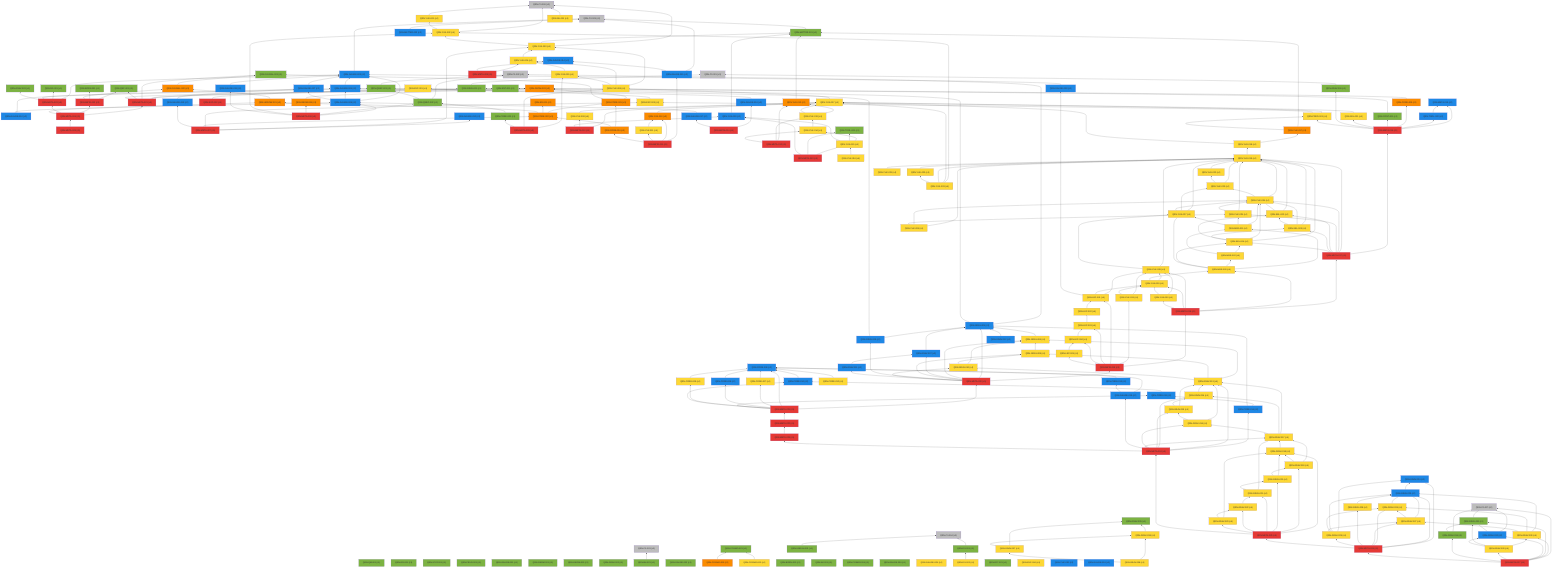
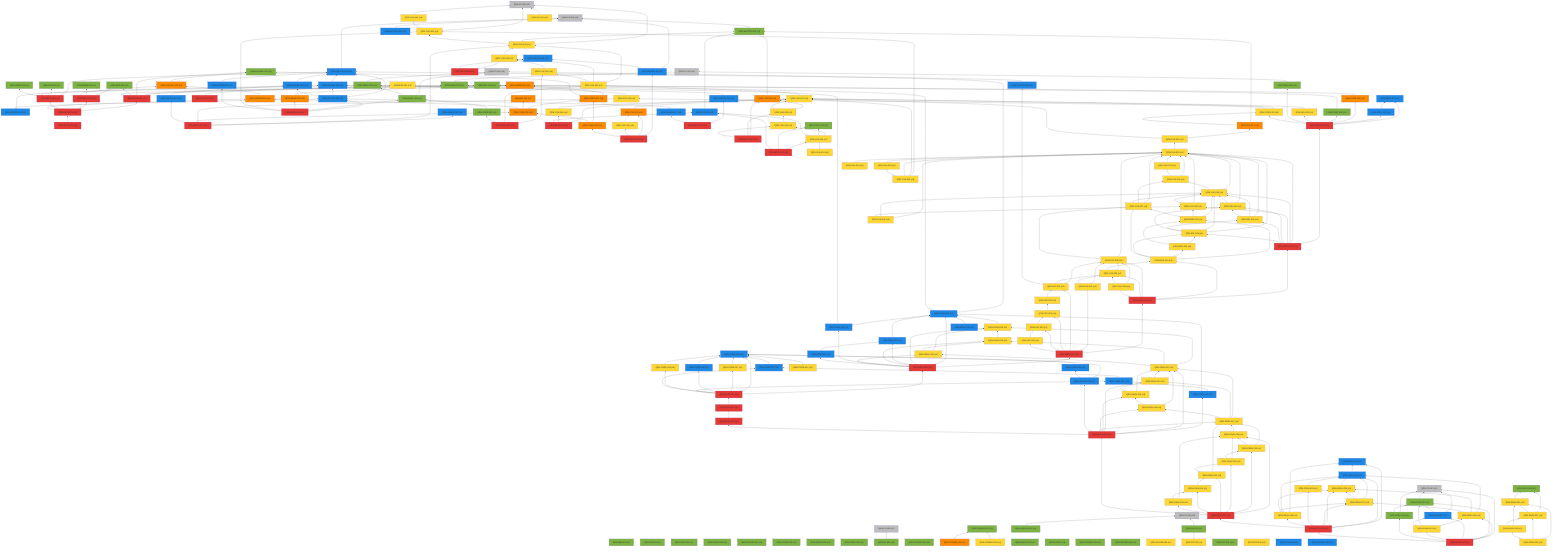
%% 自動生成 (dag/report.pl) — QRN 主張依存グラフ
graph BT
  QRN_C0_001["QRN-C0-001 (c0)"]:::c0
  QRN_C0_002["QRN-C0-002 (c0)"]:::c0
  QRN_C0_003["QRN-C0-003 (c0)"]:::c0
  QRN_C0_004["QRN-C0-004 (c0)"]:::c0
  QRN_C0_005["QRN-C0-005 (c0)"]:::c0
  QRN_C0_006["QRN-C0-006 (c0)"]:::c0
  QRN_QM_001["QRN-QM-001 (c1)"]:::c1
  QRN_GR_001["QRN-GR-001 (c1)"]:::c1
  QRN_STAT_001["QRN-STAT-001 (c1)"]:::c1
  QRN_FIELD_001["QRN-FIELD-001 (c1)"]:::c1
  QRN_GAUGE_001["QRN-GAUGE-001 (c1)"]:::c1
  QRN_ENT_001["QRN-ENT-001 (c1)"]:::c1
  QRN_GEOM_001["QRN-GEOM-001 (c1)"]:::c1
  QRN_GEOM_002["QRN-GEOM-002 (c1)"]:::c1
  QRN_GEOM_003["QRN-GEOM-003 (c3)"]:::c3
  QRN_GRAV_001["QRN-GRAV-001 (c1)"]:::c1
  QRN_GRAV_002["QRN-GRAV-002 (c1)"]:::c1
  QRN_BH_001["QRN-BH-001 (c1)"]:::c1
  QRN_CAUSAL_001["QRN-CAUSAL-001 (c1)"]:::c1
  QRN_CAUSAL_002["QRN-CAUSAL-002 (c3)"]:::c3
  QRN_ER_001["QRN-ER-001 (c3)"]:::c3
  QRN_QEC_001["QRN-QEC-001 (c1)"]:::c1
  QRN_GAUGE_002["QRN-GAUGE-002 (c1)"]:::c1
  QRN_COSMO_001["QRN-COSMO-001 (c1)"]:::c1
  QRN_COSMO_002["QRN-COSMO-002 (c4)"]:::c4
  QRN_COSMO_003["QRN-COSMO-003 (c3)"]:::c3
  QRN_BORN_001["QRN-BORN-001 (c1)"]:::c1
  QRN_BORN_002["QRN-BORN-002 (c1)"]:::c1
  QRN_GRAV_003["QRN-GRAV-003 (c1)"]:::c1
  QRN_KK_001["QRN-KK-001 (c1)"]:::c1
  QRN_MATTER_001["QRN-MATTER-001 (c1)"]:::c1
  QRN_MATTER_002["QRN-MATTER-002 (c2)"]:::c2
  QRN_COSMO_004["QRN-COSMO-004 (c1)"]:::c1
  QRN_EXP_001["QRN-EXP-001 (c4)"]:::c4
  QRN_GAUGE_003["QRN-GAUGE-003 (c2)"]:::c2
  QRN_GAUGE_004["QRN-GAUGE-004 (c1)"]:::c1
  QRN_GAUGE_005["QRN-GAUGE-005 (c4)"]:::c4
  QRN_YUK_001["QRN-YUK-001 (c4)"]:::c4
  QRN_RG_001["QRN-RG-001 (c1)"]:::c1
  QRN_UNRUH_001["QRN-UNRUH-001 (c1)"]:::c1
  QRN_QNEC_001["QRN-QNEC-001 (c1)"]:::c1
  QRN_NU_001["QRN-NU-001 (c4)"]:::c4
  QRN_GAUGE_006["QRN-GAUGE-006 (c2)"]:::c2
  QRN_DS_001["QRN-DS-001 (c1)"]:::c1
  QRN_DS_002["QRN-DS-002 (c4)"]:::c4
  QRN_ARROW_001["QRN-ARROW-001 (c3)"]:::c3
  QRN_GAUGE_007["QRN-GAUGE-007 (c2)"]:::c2
  QRN_EFT_001["QRN-EFT-001 (c1)"]:::c1
  QRN_GAUGE_008["QRN-GAUGE-008 (c2)"]:::c2
  QRN_GAUGE_009["QRN-GAUGE-009 (c2)"]:::c2
  QRN_GAUGE_010["QRN-GAUGE-010 (c2)"]:::c2
  QRN_QNEC_002["QRN-QNEC-002 (c1)"]:::c1
  QRN_GEOM_004["QRN-GEOM-004 (c3)"]:::c3
  QRN_YUK_002["QRN-YUK-002 (c4)"]:::c4
  QRN_EXP_002["QRN-EXP-002 (c5)"]:::c5
  QRN_CORE_001["QRN-CORE-001 (c3)"]:::c3
  QRN_GAUGE_011["QRN-GAUGE-011 (c2)"]:::c2
  QRN_GAUGE_012["QRN-GAUGE-012 (c2)"]:::c2
  QRN_YUK_003["QRN-YUK-003 (c4)"]:::c4
  QRN_EXP_003["QRN-EXP-003 (c4)"]:::c4
  QRN_CORE_002["QRN-CORE-002 (c3)"]:::c3
  QRN_GAUGE_013["QRN-GAUGE-013 (c2)"]:::c2
  QRN_YUK_004["QRN-YUK-004 (c4)"]:::c4
  QRN_GAUGE_014["QRN-GAUGE-014 (c2)"]:::c2
  QRN_META_001["QRN-META-001 (c5)"]:::c5
  QRN_META_002["QRN-META-002 (c5)"]:::c5
  QRN_META_003["QRN-META-003 (c5)"]:::c5
  QRN_META_004["QRN-META-004 (c5)"]:::c5
  QRN_META_005["QRN-META-005 (c5)"]:::c5
  QRN_META_006["QRN-META-006 (c5)"]:::c5
  QRN_META_007["QRN-META-007 (c5)"]:::c5
  QRN_META_008["QRN-META-008 (c5)"]:::c5
  QRN_YUK_005["QRN-YUK-005 (c4)"]:::c4
  QRN_YUK_006["QRN-YUK-006 (c4)"]:::c4
  QRN_CORE_003["QRN-CORE-003 (c1)"]:::c1
  QRN_META_009["QRN-META-009 (c5)"]:::c5
  QRN_YUK_007["QRN-YUK-007 (c4)"]:::c4
  QRN_YUK_008["QRN-YUK-008 (c4)"]:::c4
  QRN_YUK_009["QRN-YUK-009 (c2)"]:::c2
  QRN_META_010["QRN-META-010 (c5)"]:::c5
  QRN_GAUGE_015["QRN-GAUGE-015 (c2)"]:::c2
  QRN_YUK_010["QRN-YUK-010 (c3)"]:::c3
  QRN_YUK_011["QRN-YUK-011 (c4)"]:::c4
  QRN_CORE_004["QRN-CORE-004 (c3)"]:::c3
  QRN_META_011["QRN-META-011 (c5)"]:::c5
  QRN_YUK_012["QRN-YUK-012 (c3)"]:::c3
  QRN_YUK_013["QRN-YUK-013 (c4)"]:::c4
  QRN_YUK_014["QRN-YUK-014 (c4)"]:::c4
  QRN_META_012["QRN-META-012 (c5)"]:::c5
  QRN_TOOL_001["QRN-TOOL-001 (c1)"]:::c1
  QRN_YUK_015["QRN-YUK-015 (c4)"]:::c4
  QRN_META_013["QRN-META-013 (c5)"]:::c5
  QRN_GAUGE_016["QRN-GAUGE-016 (c2)"]:::c2
  QRN_GAUGE_017["QRN-GAUGE-017 (c2)"]:::c2
  QRN_META_014["QRN-META-014 (c5)"]:::c5
  QRN_META_015["QRN-META-015 (c2)"]:::c2
  QRN_TOOL_002["QRN-TOOL-002 (c2)"]:::c2
  QRN_CORE_005["QRN-CORE-005 (c3)"]:::c3
  QRN_CONT_001["QRN-CONT-001 (c1)"]:::c1
  QRN_SEL_001["QRN-SEL-001 (c4)"]:::c4
  QRN_GRAV_004["QRN-GRAV-004 (c1)"]:::c1
  QRN_PRED_001["QRN-PRED-001 (c4)"]:::c4
  QRN_META_016["QRN-META-016 (c5)"]:::c5
  QRN_YUK_016["QRN-YUK-016 (c4)"]:::c4
  QRN_YUK_017["QRN-YUK-017 (c3)"]:::c3
  QRN_YUK_018["QRN-YUK-018 (c4)"]:::c4
  QRN_YUK_019["QRN-YUK-019 (c4)"]:::c4
  QRN_YUK_020["QRN-YUK-020 (c4)"]:::c4
  QRN_YUK_021["QRN-YUK-021 (c4)"]:::c4
  QRN_YUK_022["QRN-YUK-022 (c4)"]:::c4
  QRN_YUK_023["QRN-YUK-023 (c4)"]:::c4
  QRN_YUK_024["QRN-YUK-024 (c4)"]:::c4
  QRN_YUK_025["QRN-YUK-025 (c4)"]:::c4
  QRN_SEL_002["QRN-SEL-002 (c4)"]:::c4
  QRN_SEL_003["QRN-SEL-003 (c4)"]:::c4
  QRN_SEL_004["QRN-SEL-004 (c4)"]:::c4
  QRN_META_017["QRN-META-017 (c5)"]:::c5
  QRN_YUK_026["QRN-YUK-026 (c4)"]:::c4
  QRN_YUK_027["QRN-YUK-027 (c4)"]:::c4
  QRN_MSR_001["QRN-MSR-001 (c4)"]:::c4
  QRN_MSR_002["QRN-MSR-002 (c4)"]:::c4
  QRN_MSR_003["QRN-MSR-003 (c4)"]:::c4
  QRN_YUK_028["QRN-YUK-028 (c4)"]:::c4
  QRN_YUK_029["QRN-YUK-029 (c4)"]:::c4
  QRN_YUK_030["QRN-YUK-030 (c4)"]:::c4
  QRN_META_018["QRN-META-018 (c5)"]:::c5
  QRN_YUK_031["QRN-YUK-031 (c4)"]:::c4
  QRN_LEP_001["QRN-LEP-001 (c4)"]:::c4
  QRN_LEP_002["QRN-LEP-002 (c4)"]:::c4
  QRN_LEP_003["QRN-LEP-003 (c4)"]:::c4
  QRN_LEP_004["QRN-LEP-004 (c4)"]:::c4
  QRN_LEP_005["QRN-LEP-005 (c4)"]:::c4
  QRN_META_019["QRN-META-019 (c5)"]:::c5
  QRN_GRAV_005["QRN-GRAV-005 (c2)"]:::c2
  QRN_GRAV_006["QRN-GRAV-006 (c4)"]:::c4
  QRN_GRAV_007["QRN-GRAV-007 (c2)"]:::c2
  QRN_GRAV_008["QRN-GRAV-008 (c4)"]:::c4
  QRN_GRAV_009["QRN-GRAV-009 (c2)"]:::c2
  QRN_GRAV_010["QRN-GRAV-010 (c4)"]:::c4
  QRN_GRAV_011["QRN-GRAV-011 (c2)"]:::c2
  QRN_META_020["QRN-META-020 (c5)"]:::c5
  QRN_CORE_006["QRN-CORE-006 (c2)"]:::c2
  QRN_CORE_007["QRN-CORE-007 (c4)"]:::c4
  QRN_CORE_008["QRN-CORE-008 (c2)"]:::c2
  QRN_CORE_009["QRN-CORE-009 (c4)"]:::c4
  QRN_CORE_010["QRN-CORE-010 (c2)"]:::c2
  QRN_CORE_011["QRN-CORE-011 (c2)"]:::c2
  QRN_META_021["QRN-META-021 (c5)"]:::c5
  QRN_CORE_012["QRN-CORE-012 (c4)"]:::c4
  QRN_EXP_004["QRN-EXP-004 (c4)"]:::c4
  QRN_CORE_013["QRN-CORE-013 (c2)"]:::c2
  QRN_GRAV_012["QRN-GRAV-012 (c2)"]:::c2
  QRN_YUK_032["QRN-YUK-032 (c2)"]:::c2
  QRN_GAUGE_018["QRN-GAUGE-018 (c2)"]:::c2
  QRN_META_022["QRN-META-022 (c5)"]:::c5
  QRN_META_023["QRN-META-023 (c5)"]:::c5
  QRN_CORE_014["QRN-CORE-014 (c2)"]:::c2
  QRN_GRAV_013["QRN-GRAV-013 (c4)"]:::c4
  QRN_GRAV_014["QRN-GRAV-014 (c4)"]:::c4
  QRN_GRAV_015["QRN-GRAV-015 (c4)"]:::c4
  QRN_GRAV_016["QRN-GRAV-016 (c4)"]:::c4
  QRN_GRAV_017["QRN-GRAV-017 (c4)"]:::c4
  QRN_GAUGE_019["QRN-GAUGE-019 (c2)"]:::c2
  QRN_META_024["QRN-META-024 (c5)"]:::c5
  QRN_GRAV_018["QRN-GRAV-018 (c4)"]:::c4
  QRN_GRAV_019["QRN-GRAV-019 (c4)"]:::c4
  QRN_GRAV_020["QRN-GRAV-020 (c4)"]:::c4
  QRN_GRAV_021["QRN-GRAV-021 (c4)"]:::c4
  QRN_GRAV_022["QRN-GRAV-022 (c4)"]:::c4
  QRN_GRAV_023["QRN-GRAV-023 (c4)"]:::c4
  QRN_META_025["QRN-META-025 (c5)"]:::c5
  QRN_GRAV_024["QRN-GRAV-024 (c2)"]:::c2
  QRN_GRAV_025["QRN-GRAV-025 (c2)"]:::c2
  QRN_GRAV_026["QRN-GRAV-026 (c4)"]:::c4
  QRN_GRAV_027["QRN-GRAV-027 (c4)"]:::c4
  QRN_GRAV_028["QRN-GRAV-028 (c4)"]:::c4
  QRN_GRAV_029["QRN-GRAV-029 (c4)"]:::c4
  QRN_META_026["QRN-META-026 (c5)"]:::c5
  QRN_GRAV_030["QRN-GRAV-030 (c4)"]:::c4
  QRN_C0_007["QRN-C0-007 (c0)"]:::c0
  QRN_GRAV_031["QRN-GRAV-031 (c1)"]:::c1
  QRN_GRAV_032["QRN-GRAV-032 (c2)"]:::c2
  QRN_GRAV_033["QRN-GRAV-033 (c4)"]:::c4
  QRN_GRAV_034["QRN-GRAV-034 (c1)"]:::c1
  QRN_META_027["QRN-META-027 (c5)"]:::c5
  QRN_YUK_033["QRN-YUK-033 (c4)"]:::c4
  QRN_GRAV_035["QRN-GRAV-035 (c1)"]:::c1
  QRN_GRAV_036["QRN-GRAV-036 (c4)"]:::c4
  QRN_GRAV_037["QRN-GRAV-037 (c4)"]:::c4
  QRN_GRAV_038["QRN-GRAV-038 (c4)"]:::c4
+   QRN_GRAV_039["QRN-GRAV-039 (c4)"]:::c4
  QRN_GRAV_001 --> QRN_C0_001
  QRN_BH_001 --> QRN_C0_003
  QRN_CAUSAL_002 --> QRN_CAUSAL_001
  QRN_COSMO_002 --> QRN_COSMO_001
  QRN_COSMO_003 --> QRN_COSMO_001
  QRN_MATTER_001 --> QRN_C0_005
  QRN_MATTER_002 --> QRN_C0_005
  QRN_GAUGE_003 --> QRN_C0_005
  QRN_YUK_001 --> QRN_C0_006
  QRN_UNRUH_001 --> QRN_C0_004
  QRN_QNEC_001 --> QRN_C0_002
  QRN_NU_001 --> QRN_C0_006
  QRN_GAUGE_006 --> QRN_GAUGE_003
  QRN_DS_001 --> QRN_C0_004
  QRN_DS_002 --> QRN_DS_001
  QRN_ARROW_001 --> QRN_CAUSAL_002
  QRN_GAUGE_007 --> QRN_GAUGE_003
  QRN_GAUGE_008 --> QRN_GAUGE_003
  QRN_GAUGE_008 --> QRN_GAUGE_006
  QRN_GAUGE_008 --> QRN_GAUGE_007
  QRN_GAUGE_009 --> QRN_GAUGE_003
  QRN_GAUGE_010 --> QRN_GAUGE_006
  QRN_GAUGE_010 --> QRN_GAUGE_008
  QRN_QNEC_002 --> QRN_C0_002
  QRN_QNEC_002 --> QRN_QNEC_001
  QRN_GEOM_004 --> QRN_GEOM_003
  QRN_YUK_002 --> QRN_C0_006
  QRN_YUK_002 --> QRN_YUK_001
  QRN_EXP_002 --> QRN_EXP_001
  QRN_CORE_001 --> QRN_GEOM_003
  QRN_CORE_001 --> QRN_CAUSAL_001
  QRN_GAUGE_011 --> QRN_GAUGE_003
  QRN_YUK_003 --> QRN_C0_006
  QRN_YUK_003 --> QRN_MATTER_001
  QRN_YUK_003 --> QRN_YUK_002
  QRN_EXP_003 --> QRN_EXP_001
  QRN_CORE_002 --> QRN_CORE_001
  QRN_CORE_002 --> QRN_ER_001
  QRN_CORE_002 --> QRN_ARROW_001
  QRN_GAUGE_013 --> QRN_GAUGE_007
  QRN_YUK_004 --> QRN_YUK_003
  QRN_META_001 --> QRN_GEOM_003
  QRN_META_001 --> QRN_GRAV_001
  QRN_META_001 --> QRN_CAUSAL_001
  QRN_META_001 --> QRN_QEC_001
  QRN_META_001 --> QRN_ENT_001
  QRN_META_002 --> QRN_QEC_001
  QRN_META_002 --> QRN_BORN_001
  QRN_META_002 --> QRN_CAUSAL_002
  QRN_META_003 --> QRN_GAUGE_003
  QRN_META_003 --> QRN_RG_001
  QRN_META_003 --> QRN_QNEC_001
  QRN_META_003 --> QRN_GRAV_003
  QRN_META_004 --> QRN_META_001
  QRN_META_004 --> QRN_META_002
  QRN_META_004 --> QRN_META_003
  QRN_META_004 --> QRN_ARROW_001
  QRN_META_005 --> QRN_META_004
  QRN_META_006 --> QRN_GAUGE_008
  QRN_META_006 --> QRN_QNEC_002
  QRN_META_006 --> QRN_GEOM_004
  QRN_META_006 --> QRN_YUK_002
  QRN_META_006 --> QRN_GAUGE_011
  QRN_META_007 --> QRN_GAUGE_012
  QRN_META_007 --> QRN_YUK_003
  QRN_META_007 --> QRN_EXP_003
  QRN_META_007 --> QRN_CORE_002
  QRN_META_007 --> QRN_GAUGE_013
  QRN_META_008 --> QRN_YUK_004
  QRN_META_008 --> QRN_GAUGE_014
  QRN_YUK_005 --> QRN_YUK_004
  QRN_YUK_006 --> QRN_YUK_003
  QRN_YUK_006 --> QRN_YUK_004
  QRN_YUK_006 --> QRN_YUK_005
  QRN_CORE_003 --> QRN_QNEC_002
  QRN_META_009 --> QRN_YUK_005
  QRN_META_009 --> QRN_YUK_006
  QRN_META_009 --> QRN_CORE_003
  QRN_YUK_007 --> QRN_YUK_006
  QRN_YUK_008 --> QRN_YUK_007
  QRN_YUK_009 --> QRN_MATTER_001
  QRN_META_010 --> QRN_YUK_007
  QRN_META_010 --> QRN_YUK_008
  QRN_META_010 --> QRN_YUK_009
  QRN_GAUGE_015 --> QRN_C0_005
  QRN_GAUGE_015 --> QRN_GAUGE_014
  QRN_YUK_010 --> QRN_YUK_007
  QRN_YUK_011 --> QRN_YUK_010
  QRN_CORE_004 --> QRN_CORE_001
  QRN_CORE_004 --> QRN_CORE_002
  QRN_META_011 --> QRN_GAUGE_015
  QRN_META_011 --> QRN_YUK_010
  QRN_META_011 --> QRN_YUK_011
  QRN_META_011 --> QRN_CORE_004
  QRN_YUK_012 --> QRN_MATTER_001
  QRN_YUK_013 --> QRN_YUK_012
  QRN_YUK_013 --> QRN_YUK_007
  QRN_YUK_014 --> QRN_YUK_013
  QRN_META_012 --> QRN_YUK_012
  QRN_META_012 --> QRN_YUK_013
  QRN_META_012 --> QRN_YUK_014
  QRN_YUK_015 --> QRN_YUK_014
  QRN_YUK_015 --> QRN_TOOL_001
  QRN_YUK_015 --> QRN_YUK_009
  QRN_META_013 --> QRN_YUK_015
  QRN_META_013 --> QRN_TOOL_001
  QRN_META_013 --> QRN_YUK_009
  QRN_GAUGE_016 --> QRN_GAUGE_006
  QRN_GAUGE_017 --> QRN_GAUGE_008
  QRN_META_014 --> QRN_GAUGE_016
  QRN_META_014 --> QRN_GAUGE_017
  QRN_TOOL_002 --> QRN_META_015
  QRN_CORE_005 --> QRN_GEOM_003
  QRN_CONT_001 --> QRN_ENT_001
  QRN_SEL_001 --> QRN_YUK_007
  QRN_GRAV_004 --> QRN_C0_001
  QRN_PRED_001 --> QRN_YUK_007
  QRN_PRED_001 --> QRN_EXP_003
  QRN_META_016 --> QRN_META_015
  QRN_META_016 --> QRN_TOOL_002
  QRN_META_016 --> QRN_CORE_005
  QRN_META_016 --> QRN_CONT_001
  QRN_META_016 --> QRN_SEL_001
  QRN_META_016 --> QRN_GRAV_004
  QRN_META_016 --> QRN_PRED_001
  QRN_YUK_016 --> QRN_YUK_015
  QRN_YUK_017 --> QRN_MATTER_001
  QRN_YUK_017 --> QRN_PRED_001
  QRN_YUK_018 --> QRN_YUK_017
  QRN_YUK_018 --> QRN_YUK_007
  QRN_YUK_019 --> QRN_YUK_018
  QRN_YUK_020 --> QRN_YUK_019
  QRN_YUK_021 --> QRN_YUK_019
  QRN_YUK_022 --> QRN_YUK_019
  QRN_YUK_023 --> QRN_YUK_019
  QRN_YUK_023 --> QRN_YUK_022
  QRN_YUK_024 --> QRN_YUK_019
  QRN_YUK_024 --> QRN_YUK_023
  QRN_YUK_025 --> QRN_YUK_019
  QRN_YUK_025 --> QRN_YUK_024
  QRN_SEL_002 --> QRN_YUK_019
  QRN_SEL_002 --> QRN_YUK_024
  QRN_SEL_003 --> QRN_YUK_019
  QRN_SEL_003 --> QRN_YUK_024
  QRN_SEL_003 --> QRN_SEL_002
  QRN_SEL_004 --> QRN_YUK_019
  QRN_SEL_004 --> QRN_YUK_024
  QRN_SEL_004 --> QRN_SEL_002
  QRN_SEL_004 --> QRN_SEL_003
  QRN_META_017 --> QRN_META_016
  QRN_META_017 --> QRN_YUK_019
  QRN_META_017 --> QRN_YUK_024
  QRN_META_017 --> QRN_YUK_025
  QRN_META_017 --> QRN_SEL_002
  QRN_META_017 --> QRN_SEL_003
  QRN_META_017 --> QRN_SEL_004
  QRN_YUK_026 --> QRN_YUK_019
  QRN_YUK_026 --> QRN_YUK_024
  QRN_YUK_026 --> QRN_YUK_025
  QRN_YUK_027 --> QRN_YUK_019
  QRN_YUK_027 --> QRN_YUK_023
  QRN_YUK_027 --> QRN_YUK_024
  QRN_MSR_001 --> QRN_YUK_024
  QRN_MSR_001 --> QRN_YUK_025
  QRN_MSR_001 --> QRN_YUK_027
  QRN_MSR_002 --> QRN_SEL_004
  QRN_MSR_002 --> QRN_MSR_001
  QRN_MSR_003 --> QRN_MSR_001
  QRN_MSR_003 --> QRN_MSR_002
  QRN_MSR_003 --> QRN_SEL_004
  QRN_MSR_003 --> QRN_YUK_027
  QRN_YUK_028 --> QRN_YUK_019
  QRN_YUK_028 --> QRN_YUK_027
  QRN_YUK_029 --> QRN_YUK_028
  QRN_YUK_029 --> QRN_MSR_003
  QRN_YUK_030 --> QRN_YUK_028
  QRN_YUK_030 --> QRN_YUK_029
  QRN_META_018 --> QRN_META_017
  QRN_META_018 --> QRN_MSR_003
  QRN_META_018 --> QRN_YUK_028
  QRN_META_018 --> QRN_YUK_029
  QRN_META_018 --> QRN_YUK_030
  QRN_YUK_031 --> QRN_YUK_028
  QRN_YUK_031 --> QRN_YUK_029
  QRN_LEP_001 --> QRN_YUK_028
  QRN_LEP_001 --> QRN_YUK_029
  QRN_LEP_001 --> QRN_GAUGE_009
  QRN_LEP_002 --> QRN_LEP_001
  QRN_LEP_003 --> QRN_LEP_002
  QRN_LEP_004 --> QRN_LEP_003
  QRN_LEP_005 --> QRN_LEP_004
  QRN_META_019 --> QRN_META_018
  QRN_META_019 --> QRN_YUK_031
  QRN_META_019 --> QRN_LEP_001
  QRN_META_019 --> QRN_LEP_003
  QRN_META_019 --> QRN_LEP_004
  QRN_META_019 --> QRN_LEP_005
  QRN_GRAV_005 --> QRN_C0_002
  QRN_GRAV_005 --> QRN_GRAV_001
  QRN_GRAV_006 --> QRN_GRAV_005
  QRN_GRAV_007 --> QRN_GRAV_005
  QRN_GRAV_008 --> QRN_GRAV_006
  QRN_GRAV_009 --> QRN_GRAV_005
  QRN_GRAV_009 --> QRN_QNEC_001
  QRN_GRAV_010 --> QRN_GRAV_006
  QRN_GRAV_010 --> QRN_GRAV_008
  QRN_GRAV_011 --> QRN_GRAV_007
  QRN_META_020 --> QRN_META_019
  QRN_META_020 --> QRN_GRAV_005
  QRN_META_020 --> QRN_GRAV_006
  QRN_META_020 --> QRN_GRAV_007
  QRN_META_020 --> QRN_GRAV_008
  QRN_META_020 --> QRN_GRAV_009
  QRN_META_020 --> QRN_GRAV_010
  QRN_META_020 --> QRN_GRAV_011
  QRN_CORE_007 --> QRN_CORE_006
  QRN_CORE_008 --> QRN_CORE_006
  QRN_CORE_009 --> QRN_CORE_006
  QRN_CORE_010 --> QRN_CORE_006
  QRN_CORE_011 --> QRN_CORE_010
  QRN_META_021 --> QRN_META_020
  QRN_META_021 --> QRN_CORE_006
  QRN_META_021 --> QRN_CORE_007
  QRN_META_021 --> QRN_CORE_008
  QRN_META_021 --> QRN_CORE_009
  QRN_META_021 --> QRN_CORE_010
  QRN_META_021 --> QRN_CORE_011
  QRN_CORE_012 --> QRN_CORE_006
  QRN_CORE_013 --> QRN_CORE_006
  QRN_GRAV_012 --> QRN_GRAV_005
  QRN_META_022 --> QRN_META_021
  QRN_META_023 --> QRN_META_022
  QRN_CORE_014 --> QRN_CORE_011
  QRN_CORE_014 --> QRN_GRAV_005
  QRN_GRAV_013 --> QRN_GRAV_006
  QRN_GRAV_013 --> QRN_GRAV_008
  QRN_GRAV_013 --> QRN_GRAV_010
  QRN_GRAV_014 --> QRN_GRAV_013
  QRN_GRAV_015 --> QRN_GRAV_013
  QRN_GRAV_015 --> QRN_GRAV_014
  QRN_GRAV_016 --> QRN_GRAV_013
  QRN_GRAV_016 --> QRN_GRAV_015
  QRN_GRAV_017 --> QRN_GRAV_013
  QRN_GRAV_017 --> QRN_GRAV_014
  QRN_GRAV_017 --> QRN_GRAV_016
  QRN_GAUGE_019 --> QRN_CORE_006
  QRN_GAUGE_019 --> QRN_CORE_013
  QRN_META_024 --> QRN_CORE_014
  QRN_META_024 --> QRN_GRAV_013
  QRN_META_024 --> QRN_GRAV_014
  QRN_META_024 --> QRN_GRAV_015
  QRN_META_024 --> QRN_GRAV_016
  QRN_META_024 --> QRN_GRAV_017
  QRN_META_024 --> QRN_GAUGE_019
  QRN_META_024 --> QRN_META_023
  QRN_GRAV_018 --> QRN_GRAV_017
  QRN_GRAV_019 --> QRN_GRAV_017
  QRN_GRAV_019 --> QRN_GRAV_018
  QRN_GRAV_020 --> QRN_GRAV_018
  QRN_GRAV_020 --> QRN_GRAV_019
  QRN_GRAV_021 --> QRN_GRAV_017
  QRN_GRAV_021 --> QRN_GRAV_020
  QRN_GRAV_022 --> QRN_GRAV_021
  QRN_GRAV_023 --> QRN_GRAV_018
  QRN_GRAV_023 --> QRN_GRAV_022
  QRN_META_025 --> QRN_GRAV_018
  QRN_META_025 --> QRN_GRAV_019
  QRN_META_025 --> QRN_GRAV_020
  QRN_META_025 --> QRN_GRAV_021
  QRN_META_025 --> QRN_GRAV_022
  QRN_META_025 --> QRN_GRAV_023
  QRN_META_025 --> QRN_META_024
  QRN_GRAV_025 --> QRN_GRAV_024
  QRN_GRAV_026 --> QRN_GRAV_025
  QRN_GRAV_027 --> QRN_GRAV_025
  QRN_GRAV_027 --> QRN_GRAV_026
  QRN_GRAV_028 --> QRN_GRAV_025
  QRN_GRAV_029 --> QRN_GRAV_024
  QRN_GRAV_029 --> QRN_GRAV_025
  QRN_GRAV_029 --> QRN_GRAV_026
  QRN_GRAV_029 --> QRN_GRAV_027
  QRN_META_026 --> QRN_GRAV_024
  QRN_META_026 --> QRN_GRAV_025
  QRN_META_026 --> QRN_GRAV_026
  QRN_META_026 --> QRN_GRAV_027
  QRN_META_026 --> QRN_GRAV_028
  QRN_META_026 --> QRN_GRAV_029
  QRN_META_026 --> QRN_META_025
  QRN_GRAV_030 --> QRN_GRAV_025
  QRN_GRAV_030 --> QRN_GRAV_026
  QRN_GRAV_030 --> QRN_GRAV_027
  QRN_GRAV_031 --> QRN_C0_007
  QRN_GRAV_032 --> QRN_C0_007
  QRN_GRAV_032 --> QRN_GRAV_031
  QRN_GRAV_033 --> QRN_GRAV_030
  QRN_GRAV_033 --> QRN_GRAV_031
  QRN_GRAV_033 --> QRN_GRAV_032
  QRN_GRAV_034 --> QRN_C0_007
  QRN_GRAV_034 --> QRN_GRAV_031
  QRN_META_027 --> QRN_C0_007
  QRN_META_027 --> QRN_GRAV_030
  QRN_META_027 --> QRN_GRAV_031
  QRN_META_027 --> QRN_GRAV_032
  QRN_META_027 --> QRN_GRAV_033
  QRN_META_027 --> QRN_GRAV_034
  QRN_META_027 --> QRN_META_026
  QRN_YUK_033 --> QRN_YUK_002
  QRN_YUK_033 --> QRN_YUK_007
  QRN_YUK_033 --> QRN_YUK_019
  QRN_YUK_033 --> QRN_YUK_020
  QRN_GRAV_036 --> QRN_GRAV_035
  QRN_GRAV_037 --> QRN_GRAV_035
  QRN_GRAV_037 --> QRN_GRAV_036
  QRN_GRAV_038 --> QRN_GRAV_036
  QRN_GRAV_038 --> QRN_GRAV_037
+   QRN_GRAV_039 --> QRN_GRAV_036
+   QRN_GRAV_039 --> QRN_GRAV_037
+   QRN_GRAV_039 --> QRN_GRAV_038
  classDef c0 fill:#bdbdbd
  classDef c1 fill:#7cb342
  classDef c2 fill:#1e88e5
  classDef c3 fill:#fb8c00
  classDef c4 fill:#fdd835
  classDef c5 fill:#e53935
